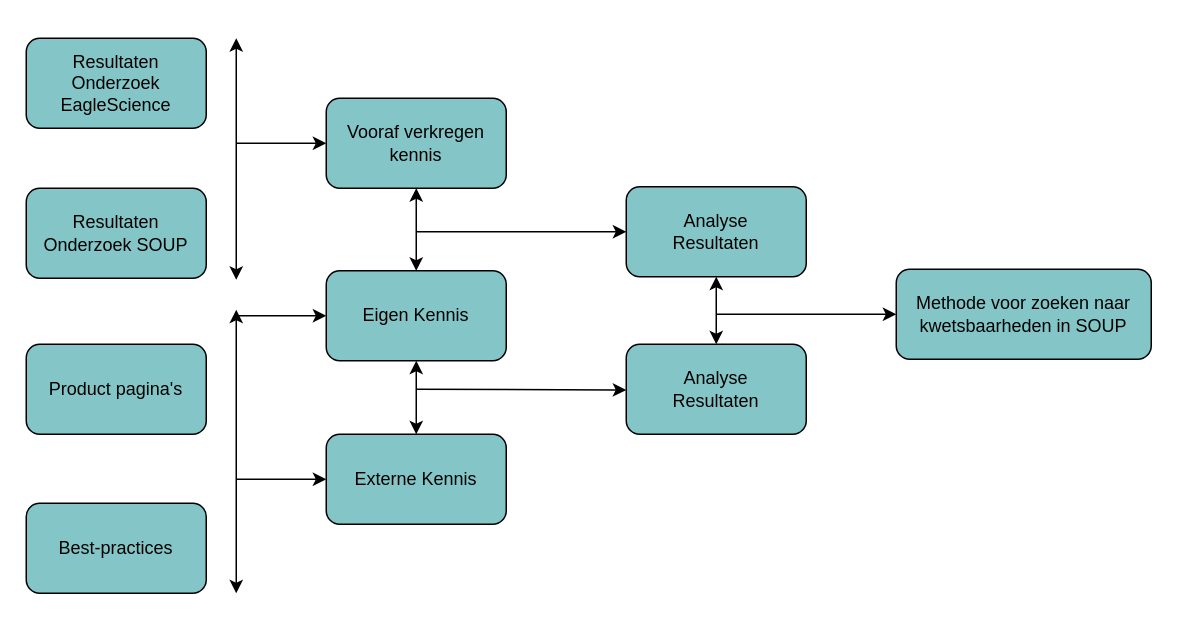
This is page "OndMdlMEthode" (8 of 16) of gfx/verslag graphix.drawio from codefink2020/afstudeerverslag, a draw.io file, before an edit. Source tidied: cells renumbered, new cells numbered last; positions are measured from the earlier drawing's top-left corner, leaving out a move shared by most shapes. Both pictures are drawn from the tidied source at 150%, with x=0, y=0 at pixel (26, 38).
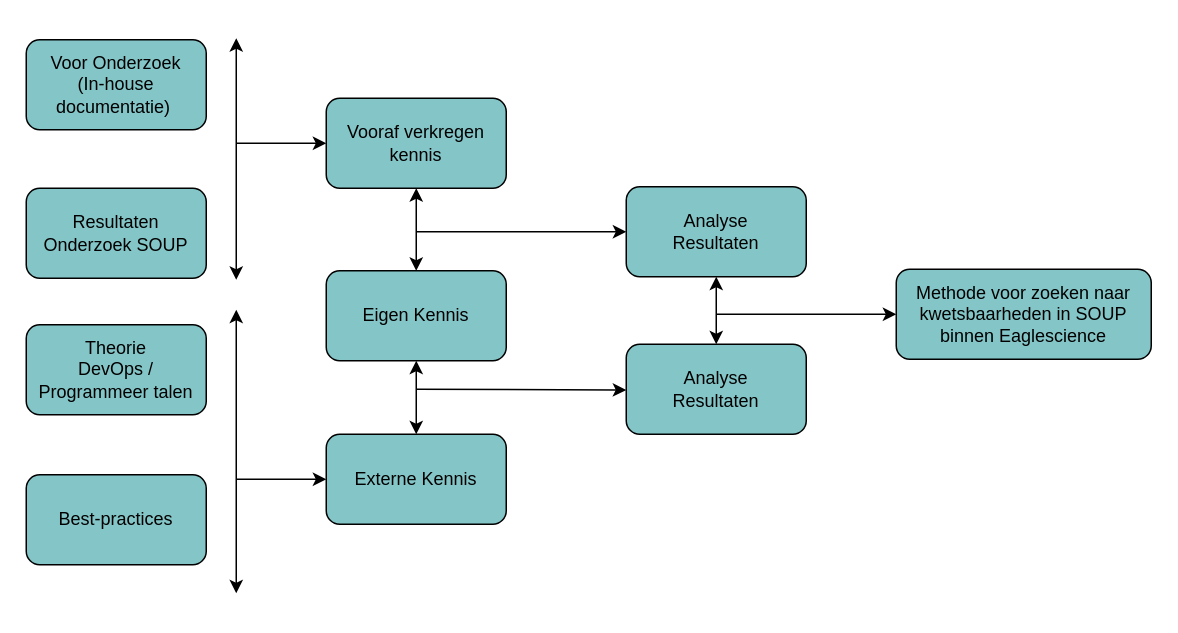
The same diagram, later.

Unchanged cells that the change refers to:
```xml
<mxCell id="7" value="Eigen Kennis" style="rounded=1;whiteSpace=wrap;html=1;fillColor=#84C6C8;" parent="1" vertex="1">
  <mxGeometry x="200" y="155" width="120" height="60" as="geometry" />
</mxCell>
```

Change to the diagram source:
```diff
@@
-    <mxCell id="2" value="Resultaten Onderzoek EagleScience" style="rounded=1;whiteSpace=wrap;html=1;fillColor=#84C6C8;" parent="1" vertex="1">
-      <mxGeometry width="120" height="60" as="geometry" />
-    </mxCell>
@@
-    <mxCell id="4" value="Product pagina's" style="rounded=1;whiteSpace=wrap;html=1;fillColor=#84C6C8;" parent="1" vertex="1">
-      <mxGeometry y="204" width="120" height="60" as="geometry" />
-    </mxCell>
     <mxCell id="5" value="Best-practices" style="rounded=1;whiteSpace=wrap;html=1;fillColor=#84C6C8;" parent="1" vertex="1">
-      <mxGeometry y="310" width="120" height="60" as="geometry" />
+      <mxGeometry y="291" width="120" height="60" as="geometry" />
     </mxCell>
@@
-    <mxCell id="9" value="Methode voor zoeken naar kwetsbaarheden in SOUP" style="rounded=1;whiteSpace=wrap;html=1;fillColor=#84C6C8;" parent="1" vertex="1">
+    <mxCell id="9" value="Methode voor zoeken naar kwetsbaarheden in SOUP binnen Eaglescience" style="rounded=1;whiteSpace=wrap;html=1;fillColor=#84C6C8;" parent="1" vertex="1">
       <mxGeometry x="580" y="154" width="170" height="60" as="geometry" />
     </mxCell>
@@
-    <mxCell id="22" style="endArrow=classic;html=1;entryX=0;entryY=0.5;entryDx=0;entryDy=0;" parent="1" edge="1" target="7">
-      <mxGeometry relative="1" as="geometry">
-        <mxPoint x="140" y="185" as="sourcePoint" />
-      </mxGeometry>
-    </mxCell>
+    <mxCell id="23" value="Voor Onderzoek &lt;br&gt;(In-house documentatie)&amp;nbsp;" style="rounded=1;whiteSpace=wrap;html=1;fillColor=#84C6C8;" parent="1" vertex="1">
+      <mxGeometry y="1" width="120" height="60" as="geometry" />
+    </mxCell>
+    <mxCell id="24" value="Theorie &lt;br&gt;DevOps / &lt;br&gt;Programmeer talen" style="rounded=1;whiteSpace=wrap;html=1;fillColor=#84C6C8;" parent="1" vertex="1">
+      <mxGeometry y="191" width="120" height="60" as="geometry" />
+    </mxCell>
```
